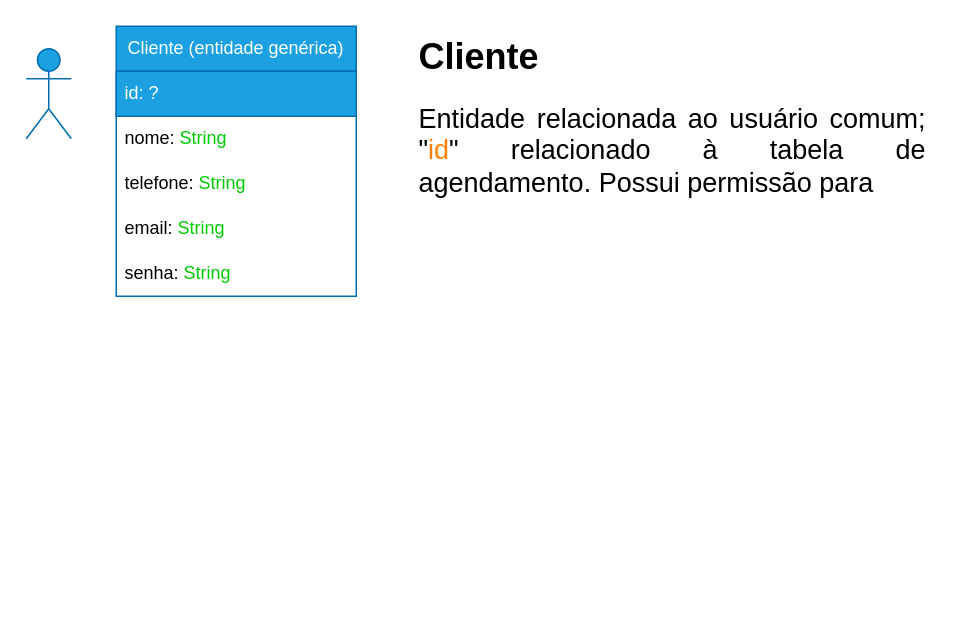
Before: page "Cliente" (3 of 5) of documentação/ideias/diagrama_de_projeto.drawio in Creath-Noite-A/Agendamento-Documentacao, a draw.io diagram. Source tidied: cells renumbered, new cells numbered last; positions are measured from the earlier drawing's top-left corner, leaving out a move shared by most shapes. Both pictures are drawn from the tidied source at 150%, with x=0, y=0 at pixel (26, 26).
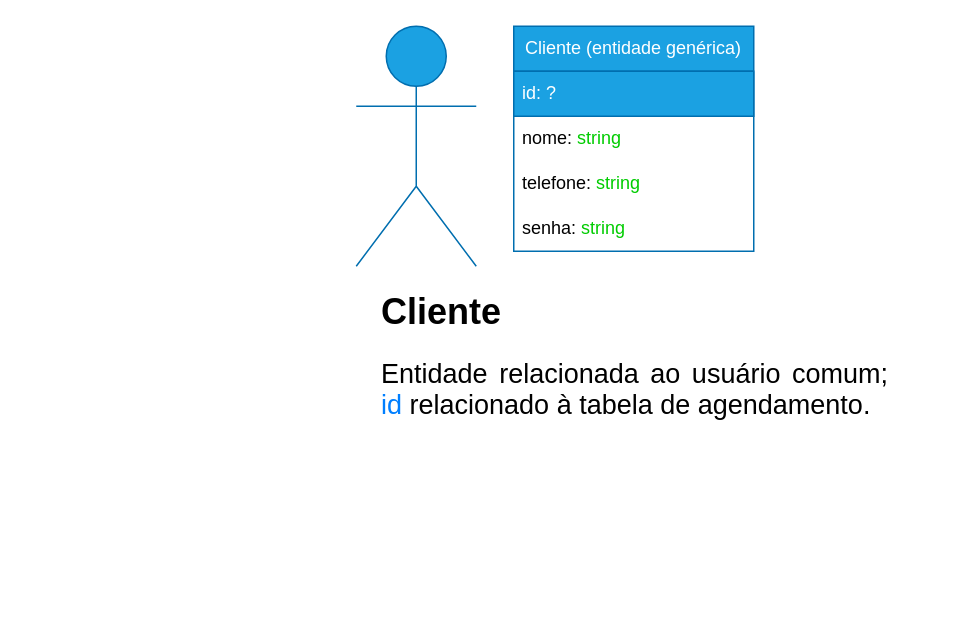
The same page after the edit.

The edit, as a diff of the source:
```diff
@@
 <mxGraphModel>
   <root>
     <mxCell id="0" />
     <mxCell id="1" parent="0" />
     <mxCell id="2" value="Cliente (entidade genérica)" style="swimlane;fontStyle=0;horizontal=1;startSize=30;whiteSpace=wrap;html=1;fillColor=#1ba1e2;strokeColor=#006EAF;fontColor=#ffffff;" parent="1" vertex="1">
-      <mxGeometry x="60" width="160" height="180" as="geometry" />
+      <mxGeometry x="325" width="160" height="150" as="geometry" />
     </mxCell>
     <mxCell id="3" value="id: ?" style="text;strokeColor=#006EAF;fillColor=#1ba1e2;align=left;verticalAlign=middle;spacingLeft=4;spacingRight=4;overflow=hidden;whiteSpace=wrap;html=1;fontColor=#ffffff;" parent="2" vertex="1">
       <mxGeometry y="30" width="160" height="30" as="geometry" />
     </mxCell>
-    <mxCell id="4" value="nome: &lt;font color=&quot;#00cc00&quot;&gt;String&lt;/font&gt;" style="text;strokeColor=none;fillColor=none;align=left;verticalAlign=middle;spacingLeft=4;spacingRight=4;overflow=hidden;whiteSpace=wrap;html=1;" parent="2" vertex="1">
+    <mxCell id="4" value="nome: &lt;font color=&quot;#00cc00&quot;&gt;string&lt;/font&gt;" style="text;strokeColor=none;fillColor=none;align=left;verticalAlign=middle;spacingLeft=4;spacingRight=4;overflow=hidden;whiteSpace=wrap;html=1;" parent="2" vertex="1">
       <mxGeometry y="60" width="160" height="30" as="geometry" />
     </mxCell>
-    <mxCell id="5" value="telefone: &lt;font color=&quot;#00cc00&quot;&gt;String&lt;/font&gt;" style="text;strokeColor=none;fillColor=none;align=left;verticalAlign=middle;spacingLeft=4;spacingRight=4;overflow=hidden;whiteSpace=wrap;html=1;" parent="2" vertex="1">
+    <mxCell id="5" value="telefone:&amp;nbsp;&lt;span style=&quot;color: rgb(0, 204, 0);&quot;&gt;string&lt;/span&gt;" style="text;strokeColor=none;fillColor=none;align=left;verticalAlign=middle;spacingLeft=4;spacingRight=4;overflow=hidden;whiteSpace=wrap;html=1;" parent="2" vertex="1">
       <mxGeometry y="90" width="160" height="30" as="geometry" />
     </mxCell>
-    <mxCell id="6" value="email: &lt;font color=&quot;#00cc00&quot;&gt;String&lt;/font&gt;" style="text;strokeColor=none;fillColor=none;align=left;verticalAlign=middle;spacingLeft=4;spacingRight=4;overflow=hidden;whiteSpace=wrap;html=1;" parent="2" vertex="1">
-      <mxGeometry y="120" width="160" height="30" as="geometry" />
-    </mxCell>
-    <mxCell id="7" value="senha: &lt;font color=&quot;#00cc00&quot;&gt;String&lt;/font&gt;" style="text;strokeColor=none;fillColor=none;align=left;verticalAlign=middle;spacingLeft=4;spacingRight=4;overflow=hidden;whiteSpace=wrap;html=1;" parent="2" vertex="1">
-      <mxGeometry y="150" width="160" height="30" as="geometry" />
+    <mxCell id="7" value="senha:&amp;nbsp;&lt;span style=&quot;color: rgb(0, 204, 0);&quot;&gt;string&lt;/span&gt;" style="text;strokeColor=none;fillColor=none;align=left;verticalAlign=middle;spacingLeft=4;spacingRight=4;overflow=hidden;whiteSpace=wrap;html=1;" parent="2" vertex="1">
+      <mxGeometry y="120" width="160" height="30" as="geometry" />
     </mxCell>
-    <mxCell id="8" value="&lt;h1 style=&quot;text-align: justify; margin-top: 0px;&quot;&gt;&lt;span style=&quot;background-color: initial;&quot;&gt;&lt;font style=&quot;font-size: 24px;&quot;&gt;Cliente&lt;/font&gt;&lt;/span&gt;&lt;/h1&gt;&lt;div style=&quot;text-align: justify;&quot;&gt;&lt;font style=&quot;font-size: 18px;&quot;&gt;Entidade relacionada ao usuário comum; &quot;&lt;font color=&quot;#ff8000&quot;&gt;id&lt;/font&gt;&quot; relacionado à tabela de agendamento. Possui permissão para&amp;nbsp;&lt;/font&gt;&lt;/div&gt;" style="text;html=1;whiteSpace=wrap;overflow=hidden;rounded=0;" parent="1" vertex="1">
-      <mxGeometry x="260" width="340" height="210" as="geometry" />
+    <mxCell id="8" value="&lt;h1 style=&quot;text-align: justify; margin-top: 0px;&quot;&gt;&lt;span style=&quot;background-color: initial;&quot;&gt;&lt;font style=&quot;font-size: 24px;&quot;&gt;Cliente&lt;/font&gt;&lt;/span&gt;&lt;/h1&gt;&lt;div style=&quot;text-align: justify;&quot;&gt;&lt;font style=&quot;font-size: 18px;&quot;&gt;Entidade relacionada ao usuário comum; &lt;font color=&quot;#007fff&quot;&gt;id&amp;nbsp;&lt;/font&gt;relacionado à tabela de agendamento.&amp;nbsp;&lt;/font&gt;&lt;/div&gt;" style="text;html=1;whiteSpace=wrap;overflow=hidden;rounded=0;" parent="1" vertex="1">
+      <mxGeometry x="235" y="170" width="340" height="210" as="geometry" />
     </mxCell>
     <mxCell id="9" style="shape=umlActor;verticalLabelPosition=bottom;verticalAlign=top;html=1;fillColor=#1ba1e2;strokeColor=#006EAF;fontColor=#ffffff;" parent="1" vertex="1">
-      <mxGeometry y="15" width="30" height="60" as="geometry" />
+      <mxGeometry x="220" width="80" height="160" as="geometry" />
     </mxCell>
   </root>
 </mxGraphModel>
```
